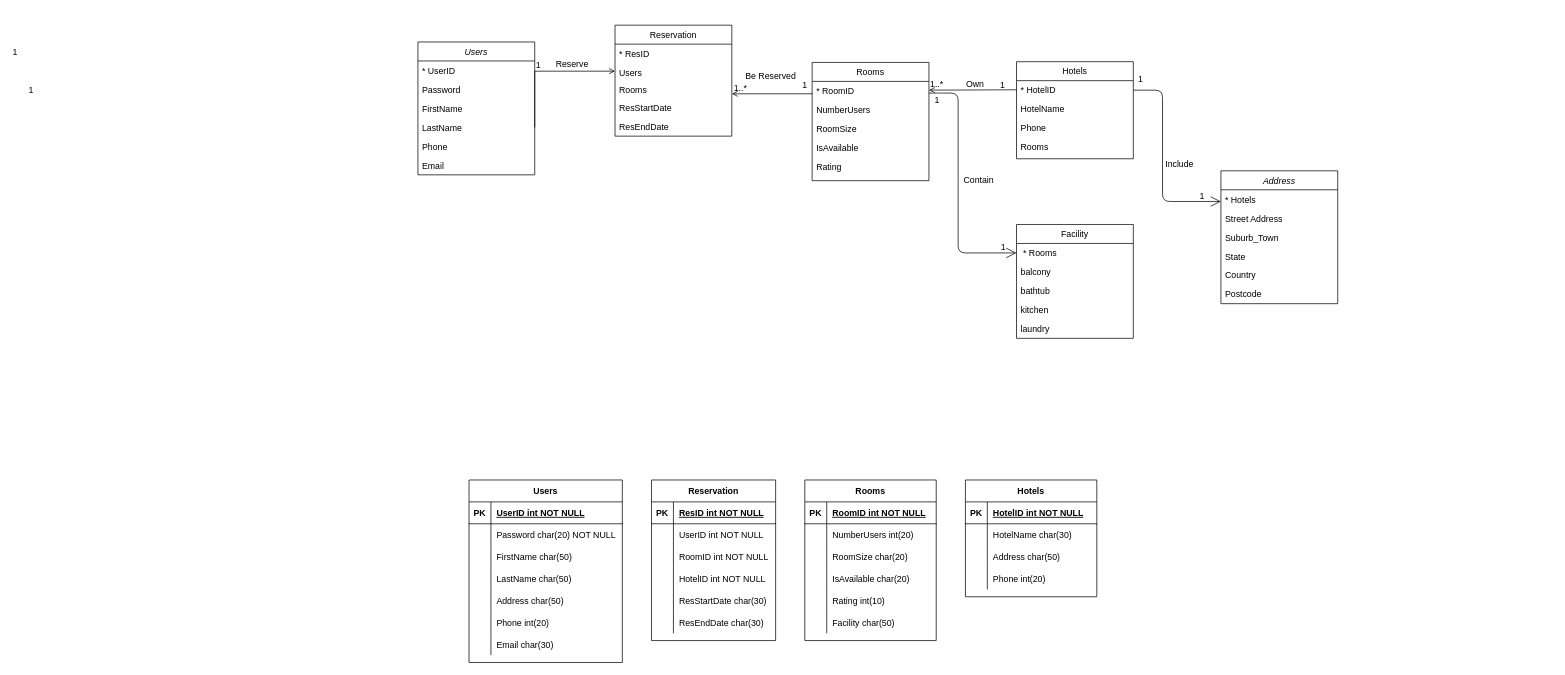
Ziqi222/name.c keeps this draw.io diagram as Web_practice.drawio. Above is the earlier version. Source tidied: cells renumbered, new cells numbered last; positions are measured from the earlier drawing's top-left corner, leaving out a move shared by most shapes. Both pictures are drawn from the tidied source at 73%, with x=0, y=0 at pixel (418, 12).
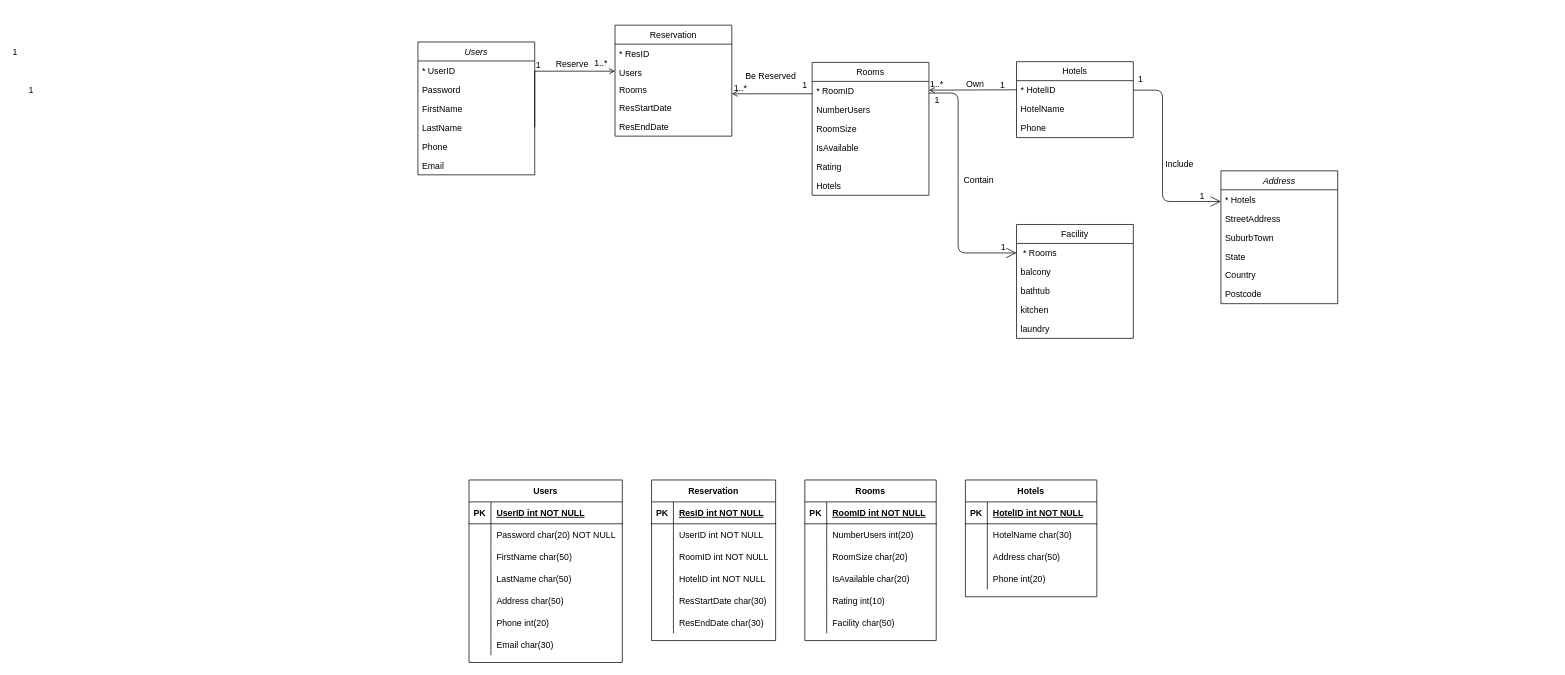
The same diagram, later.

Unchanged cells that the change refers to:
```xml
<mxCell id="122" value="Address" style="swimlane;fontStyle=2;align=center;verticalAlign=top;horizontal=1;startSize=26;rounded=0;shadow=0;strokeWidth=1;" parent="1" vertex="1">
  <mxGeometry x="1100" y="216.5" width="160" height="182" as="geometry" />
</mxCell>
```

The edit, as a diff of the source:
```diff
@@
     <mxCell id="11" value="Rooms" style="swimlane;fontStyle=0;align=center;verticalAlign=top;horizontal=1;startSize=26;rounded=0;shadow=0;strokeWidth=1;" parent="1" vertex="1">
-      <mxGeometry x="540" y="68" width="160" height="162" as="geometry" />
+      <mxGeometry x="540" y="68" width="160" height="182" as="geometry" />
     </mxCell>
@@
+    <mxCell id="133" value="Hotels" style="text;align=left;verticalAlign=top;spacingLeft=4;spacingRight=4;overflow=hidden;" parent="11" vertex="1">
+      <mxGeometry y="156" width="160" height="26" as="geometry" />
+    </mxCell>
     <mxCell id="17" value="Hotels" style="swimlane;fontStyle=0;align=center;verticalAlign=top;horizontal=1;startSize=26;rounded=0;shadow=0;strokeWidth=1;" parent="1" vertex="1">
-      <mxGeometry x="820" y="67" width="160" height="133" as="geometry" />
+      <mxGeometry x="820" y="67" width="160" height="104" as="geometry" />
     </mxCell>
@@
-    <mxCell id="21" value="Rooms" style="text;align=left;verticalAlign=top;spacingLeft=4;spacingRight=4;overflow=hidden;rounded=0;shadow=0;html=0;" parent="17" vertex="1">
-      <mxGeometry y="104" width="160" height="26" as="geometry" />
-    </mxCell>
@@
-    <mxCell id="124" value="Street Address" style="text;align=left;verticalAlign=top;spacingLeft=4;spacingRight=4;overflow=hidden;rounded=0;shadow=0;html=0;" parent="122" vertex="1">
+    <mxCell id="124" value="StreetAddress" style="text;align=left;verticalAlign=top;spacingLeft=4;spacingRight=4;overflow=hidden;rounded=0;shadow=0;html=0;" parent="122" vertex="1">
       <mxGeometry y="52" width="160" height="26" as="geometry" />
     </mxCell>
-    <mxCell id="125" value="Suburb_Town" style="text;align=left;verticalAlign=top;spacingLeft=4;spacingRight=4;overflow=hidden;rounded=0;shadow=0;html=0;" parent="122" vertex="1">
+    <mxCell id="125" value="SuburbTown" style="text;align=left;verticalAlign=top;spacingLeft=4;spacingRight=4;overflow=hidden;rounded=0;shadow=0;html=0;" parent="122" vertex="1">
       <mxGeometry y="78" width="160" height="26" as="geometry" />
     </mxCell>
@@
+    <mxCell id="134" value="&lt;span style=&quot;color: rgb(0, 0, 0); font-family: helvetica; font-size: 12px; font-style: normal; font-weight: 400; letter-spacing: normal; text-align: left; text-indent: 0px; text-transform: none; word-spacing: 0px; background-color: rgb(248, 249, 250); display: inline; float: none;&quot;&gt;1..*&lt;/span&gt;" style="text;whiteSpace=wrap;html=1;" parent="1" vertex="1">
+      <mxGeometry x="240" y="55" width="40" height="30" as="geometry" />
+    </mxCell>
```
